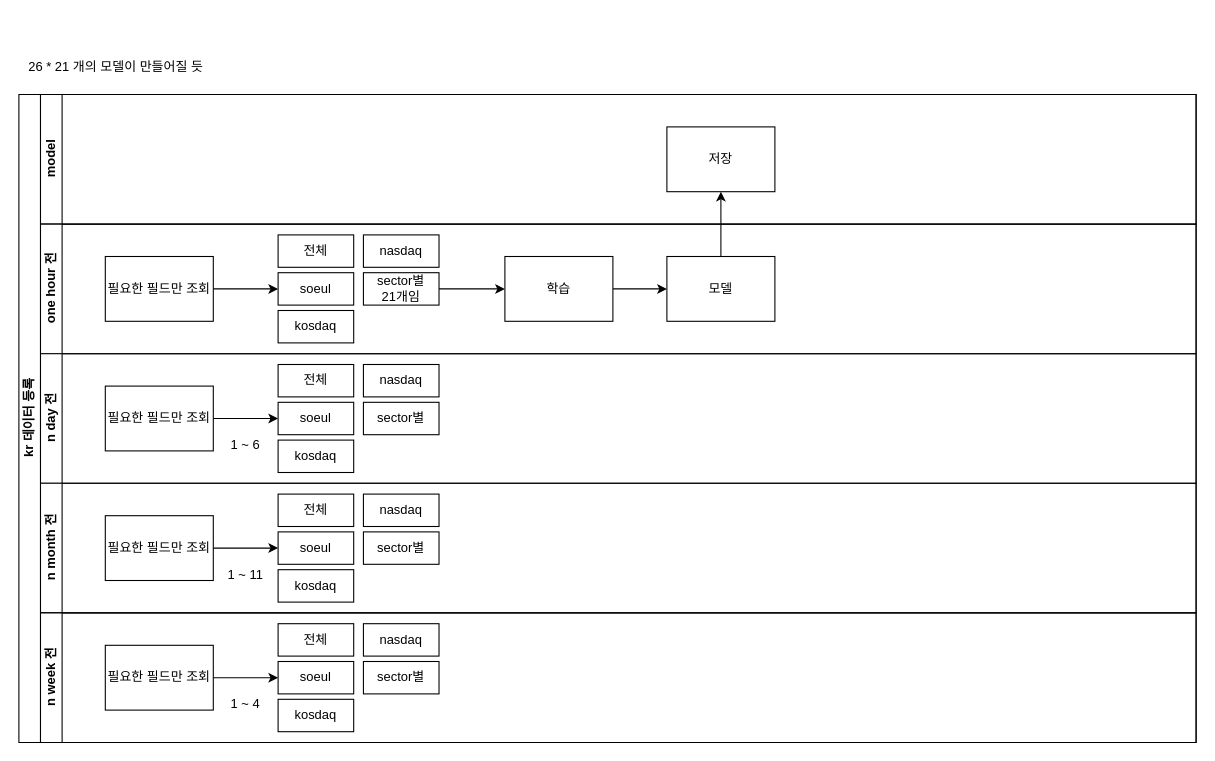
Earlier version of the draw.io diagram drawio/학습.drawio (inpiniti/stock_server). Source tidied: cells renumbered, new cells numbered last; positions are measured from the earlier drawing's top-left corner, leaving out a move shared by most shapes. Both pictures are drawn from the tidied source at 108%, with x=0, y=0 at pixel (18, 51).
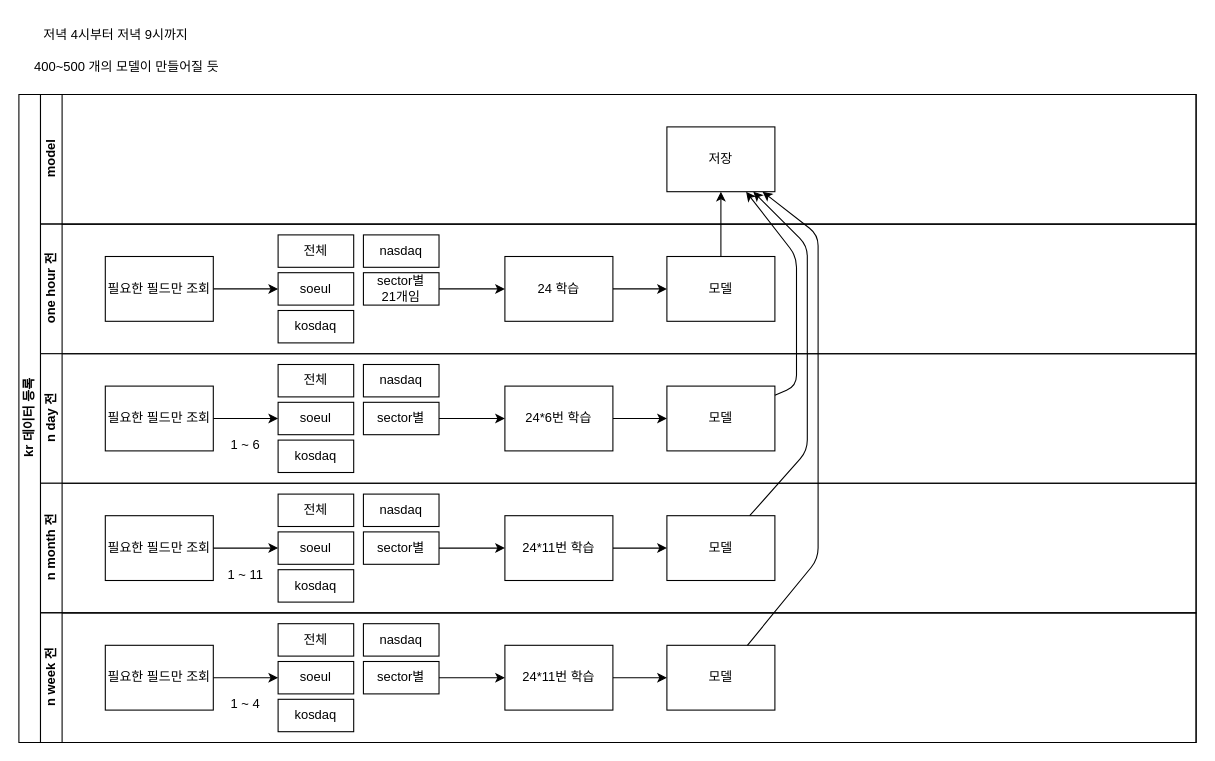
After the change.

Unchanged cells that the change refers to:
```xml
<mxCell id="2" value="kr 데이터 등록" style="swimlane;html=1;horizontal=0;startSize=20;" parent="1" vertex="1">
  <mxGeometry y="40" width="1090" height="600" as="geometry" />
</mxCell>
<mxCell id="4" value="저장" style="rounded=0;whiteSpace=wrap;html=1;fontFamily=Helvetica;fontSize=12;align=center;" parent="3" vertex="1">
  <mxGeometry x="580" y="30" width="100" height="60" as="geometry" />
</mxCell>
<mxCell id="5" value="one hour 전" style="swimlane;html=1;startSize=20;horizontal=0;" parent="2" vertex="1">
  <mxGeometry x="20" y="120" width="1070" height="120" as="geometry" />
</mxCell>
<mxCell id="17" value="n day 전" style="swimlane;html=1;startSize=20;horizontal=0;" parent="2" vertex="1">
  <mxGeometry x="20" y="240" width="1070" height="120" as="geometry" />
</mxCell>
<mxCell id="24" value="sector별" style="rounded=0;whiteSpace=wrap;html=1;fontFamily=Helvetica;fontSize=12;align=center;" parent="17" vertex="1">
  <mxGeometry x="299" y="45" width="70" height="30" as="geometry" />
</mxCell>
<mxCell id="26" value="n month 전" style="swimlane;html=1;startSize=20;horizontal=0;" parent="2" vertex="1">
  <mxGeometry x="20" y="360" width="1070" height="120" as="geometry" />
</mxCell>
<mxCell id="33" value="sector별" style="rounded=0;whiteSpace=wrap;html=1;fontFamily=Helvetica;fontSize=12;align=center;" parent="26" vertex="1">
  <mxGeometry x="299" y="45" width="70" height="30" as="geometry" />
</mxCell>
<mxCell id="35" value="n week 전" style="swimlane;html=1;startSize=20;horizontal=0;" parent="2" vertex="1">
  <mxGeometry x="20" y="480" width="1070" height="120" as="geometry" />
</mxCell>
<mxCell id="42" value="sector별" style="rounded=0;whiteSpace=wrap;html=1;fontFamily=Helvetica;fontSize=12;align=center;" parent="35" vertex="1">
  <mxGeometry x="299" y="45" width="70" height="30" as="geometry" />
</mxCell>
```

Change to the diagram source:
```diff
@@
-    <mxCell id="15" value="학습" style="rounded=0;whiteSpace=wrap;html=1;fontFamily=Helvetica;fontSize=12;align=center;" parent="5" vertex="1">
+    <mxCell id="15" value="24 학습" style="rounded=0;whiteSpace=wrap;html=1;fontFamily=Helvetica;fontSize=12;align=center;" parent="5" vertex="1">
       <mxGeometry x="430" y="30" width="100" height="60" as="geometry" />
     </mxCell>
@@
+    <mxCell id="46" style="edgeStyle=none;html=1;" parent="17" edge="1" source="24" target="48">
+      <mxGeometry relative="1" as="geometry" />
+    </mxCell>
@@
+    <mxCell id="47" style="edgeStyle=none;html=1;" parent="17" edge="1" source="48" target="49">
+      <mxGeometry relative="1" as="geometry" />
+    </mxCell>
+    <mxCell id="48" value="24*6번 학습" style="rounded=0;whiteSpace=wrap;html=1;fontFamily=Helvetica;fontSize=12;align=center;" parent="17" vertex="1">
+      <mxGeometry x="430" y="30" width="100" height="60" as="geometry" />
+    </mxCell>
+    <mxCell id="49" value="모델" style="rounded=0;whiteSpace=wrap;html=1;fontFamily=Helvetica;fontSize=12;align=center;" parent="17" vertex="1">
+      <mxGeometry x="580" y="30" width="100" height="60" as="geometry" />
+    </mxCell>
@@
+    <mxCell id="50" style="edgeStyle=none;html=1;" parent="26" edge="1" source="33" target="52">
+      <mxGeometry relative="1" as="geometry" />
+    </mxCell>
@@
+    <mxCell id="51" style="edgeStyle=none;html=1;" parent="26" edge="1" source="52" target="53">
+      <mxGeometry relative="1" as="geometry" />
+    </mxCell>
+    <mxCell id="52" value="24*11번 학습" style="rounded=0;whiteSpace=wrap;html=1;fontFamily=Helvetica;fontSize=12;align=center;" parent="26" vertex="1">
+      <mxGeometry x="430" y="30" width="100" height="60" as="geometry" />
+    </mxCell>
+    <mxCell id="53" value="모델" style="rounded=0;whiteSpace=wrap;html=1;fontFamily=Helvetica;fontSize=12;align=center;" parent="26" vertex="1">
+      <mxGeometry x="580" y="30" width="100" height="60" as="geometry" />
+    </mxCell>
@@
+    <mxCell id="54" style="edgeStyle=none;html=1;" parent="35" edge="1" source="42" target="56">
+      <mxGeometry relative="1" as="geometry" />
+    </mxCell>
@@
+    <mxCell id="55" style="edgeStyle=none;html=1;" parent="35" edge="1" source="56" target="57">
+      <mxGeometry relative="1" as="geometry" />
+    </mxCell>
+    <mxCell id="56" value="24*11번 학습" style="rounded=0;whiteSpace=wrap;html=1;fontFamily=Helvetica;fontSize=12;align=center;" parent="35" vertex="1">
+      <mxGeometry x="430" y="30" width="100" height="60" as="geometry" />
+    </mxCell>
+    <mxCell id="57" value="모델" style="rounded=0;whiteSpace=wrap;html=1;fontFamily=Helvetica;fontSize=12;align=center;" parent="35" vertex="1">
+      <mxGeometry x="580" y="30" width="100" height="60" as="geometry" />
+    </mxCell>
@@
+    <mxCell id="58" style="edgeStyle=none;html=1;" parent="2" edge="1" source="49" target="4">
+      <mxGeometry relative="1" as="geometry">
+        <Array as="points">
+          <mxPoint x="720" y="270" />
+          <mxPoint x="720" y="150" />
+        </Array>
+      </mxGeometry>
+    </mxCell>
+    <mxCell id="59" style="edgeStyle=none;html=1;" parent="2" edge="1" source="53" target="4">
+      <mxGeometry relative="1" as="geometry">
+        <Array as="points">
+          <mxPoint x="730" y="330" />
+          <mxPoint x="730" y="140" />
+        </Array>
+      </mxGeometry>
+    </mxCell>
+    <mxCell id="60" style="edgeStyle=none;html=1;" parent="2" edge="1" source="57" target="4">
+      <mxGeometry relative="1" as="geometry">
+        <Array as="points">
+          <mxPoint x="740" y="430" />
+          <mxPoint x="740" y="130" />
+        </Array>
+      </mxGeometry>
+    </mxCell>
-    <mxCell id="45" value="26 * 21 개의 모델이 만들어질 듯" style="text;html=1;strokeColor=none;fillColor=none;align=center;verticalAlign=middle;whiteSpace=wrap;rounded=0;" parent="1" vertex="1">
-      <mxGeometry width="180" height="30" as="geometry" />
+    <mxCell id="45" value="400~500 개의 모델이 만들어질 듯" style="text;html=1;strokeColor=none;fillColor=none;align=center;verticalAlign=middle;whiteSpace=wrap;rounded=0;" parent="1" vertex="1">
+      <mxGeometry width="200" height="30" as="geometry" />
     </mxCell>
+    <mxCell id="61" value="저녁 4시부터 저녁 9시까지" style="text;html=1;strokeColor=none;fillColor=none;align=center;verticalAlign=middle;whiteSpace=wrap;rounded=0;" parent="1" vertex="1">
+      <mxGeometry y="-30" width="180" height="30" as="geometry" />
+    </mxCell>
```
